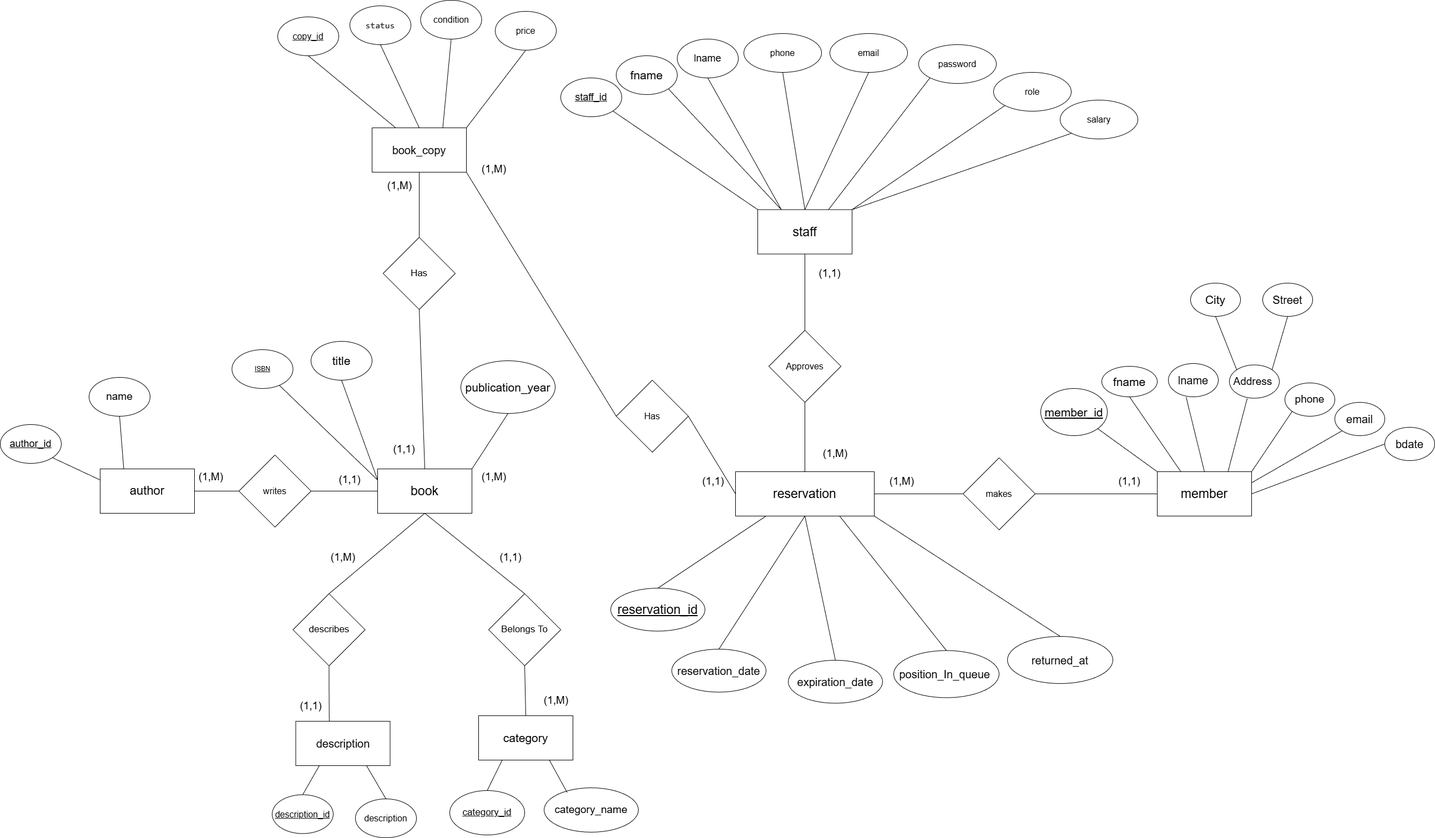
Earlier version of the draw.io export ERD.png (kindahard/Book_haven). Source tidied: cells renumbered, new cells last; positions are measured from the earlier drawing's top-left corner, leaving out a move shared by most shapes.
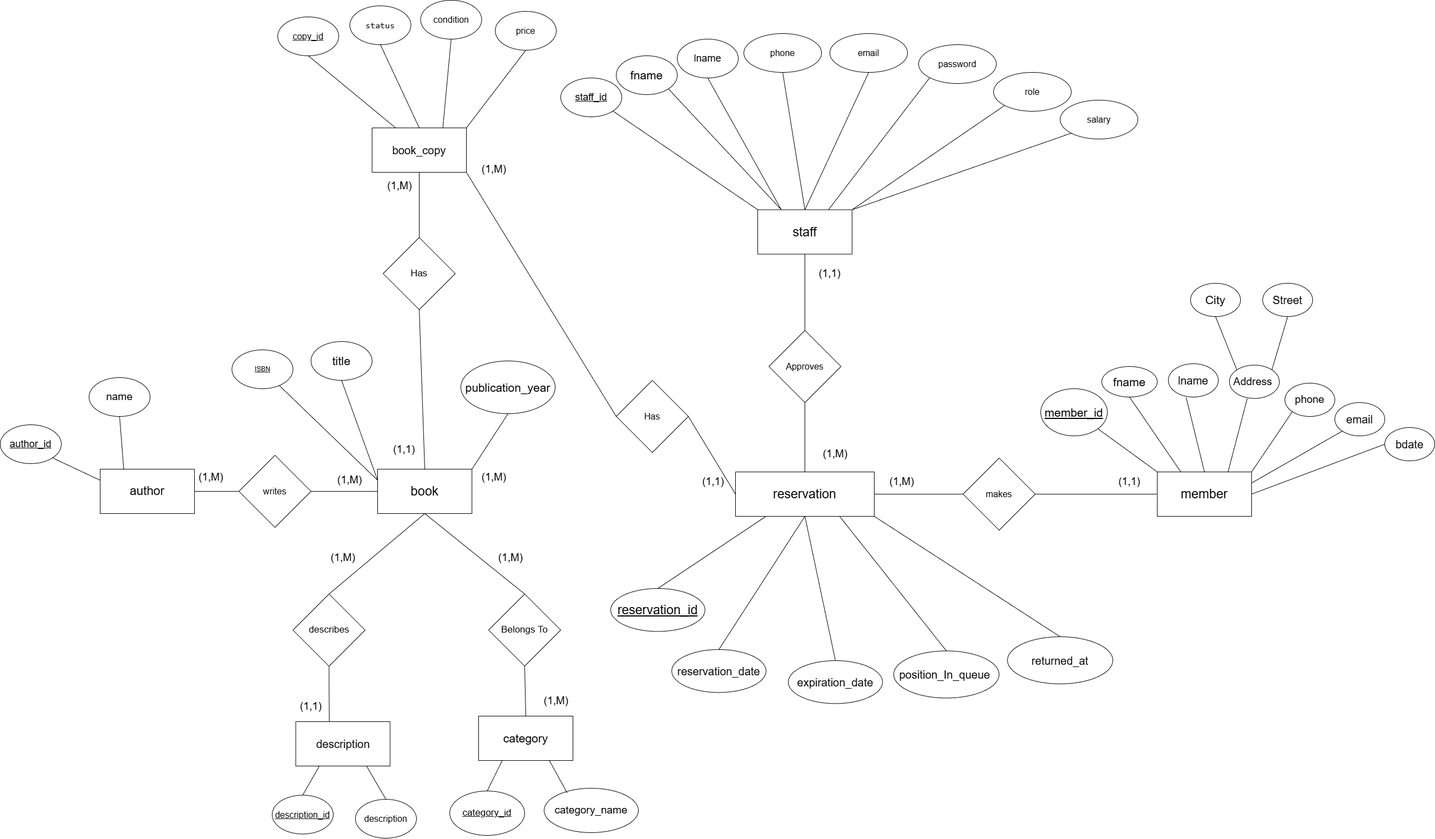
The same file after the commit.

Diff of the diagram source:
```diff
@@ -96,7 +96,7 @@
     <mxCell id="31" value="&lt;font style=&quot;font-size: 19px;&quot;&gt;(1,M)&lt;/font&gt;" style="text;html=1;whiteSpace=wrap;strokeColor=none;fillColor=none;align=center;verticalAlign=middle;rounded=0;" parent="1" vertex="1">
       <mxGeometry x="350" y="845" width="60" height="30" as="geometry" />
     </mxCell>
-    <mxCell id="32" value="&lt;font style=&quot;font-size: 19px;&quot;&gt;(1,1)&lt;/font&gt;" style="text;html=1;whiteSpace=wrap;strokeColor=none;fillColor=none;align=center;verticalAlign=middle;rounded=0;" parent="1" vertex="1">
+    <mxCell id="32" value="&lt;font style=&quot;font-size: 19px;&quot;&gt;(1,M)&lt;/font&gt;" style="text;html=1;whiteSpace=wrap;strokeColor=none;fillColor=none;align=center;verticalAlign=middle;rounded=0;" parent="1" vertex="1">
       <mxGeometry x="600" y="850" width="60" height="30" as="geometry" />
     </mxCell>
     <mxCell id="33" value="&lt;font style=&quot;font-size: 19px;&quot;&gt;(1,M)&lt;/font&gt;" style="text;html=1;whiteSpace=wrap;strokeColor=none;fillColor=none;align=center;verticalAlign=middle;rounded=0;" parent="1" vertex="1">
@@ -105,7 +105,7 @@
     <mxCell id="34" value="&lt;font style=&quot;font-size: 19px;&quot;&gt;(1,1)&lt;/font&gt;" style="text;html=1;whiteSpace=wrap;strokeColor=none;fillColor=none;align=center;verticalAlign=middle;rounded=0;" parent="1" vertex="1">
       <mxGeometry x="530" y="1257.5" width="60" height="30" as="geometry" />
     </mxCell>
-    <mxCell id="35" value="&lt;font style=&quot;font-size: 19px;&quot;&gt;(1,1)&lt;/font&gt;" style="text;html=1;whiteSpace=wrap;strokeColor=none;fillColor=none;align=center;verticalAlign=middle;rounded=0;" parent="1" vertex="1">
+    <mxCell id="35" value="&lt;font style=&quot;font-size: 19px;&quot;&gt;(1,M)&lt;/font&gt;" style="text;html=1;whiteSpace=wrap;strokeColor=none;fillColor=none;align=center;verticalAlign=middle;rounded=0;" parent="1" vertex="1">
       <mxGeometry x="890" y="990" width="60" height="30" as="geometry" />
     </mxCell>
     <mxCell id="36" value="&lt;font style=&quot;font-size: 19px;&quot;&gt;(1,M)&lt;/font&gt;" style="text;html=1;whiteSpace=wrap;strokeColor=none;fillColor=none;align=center;verticalAlign=middle;rounded=0;" parent="1" vertex="1">
```
